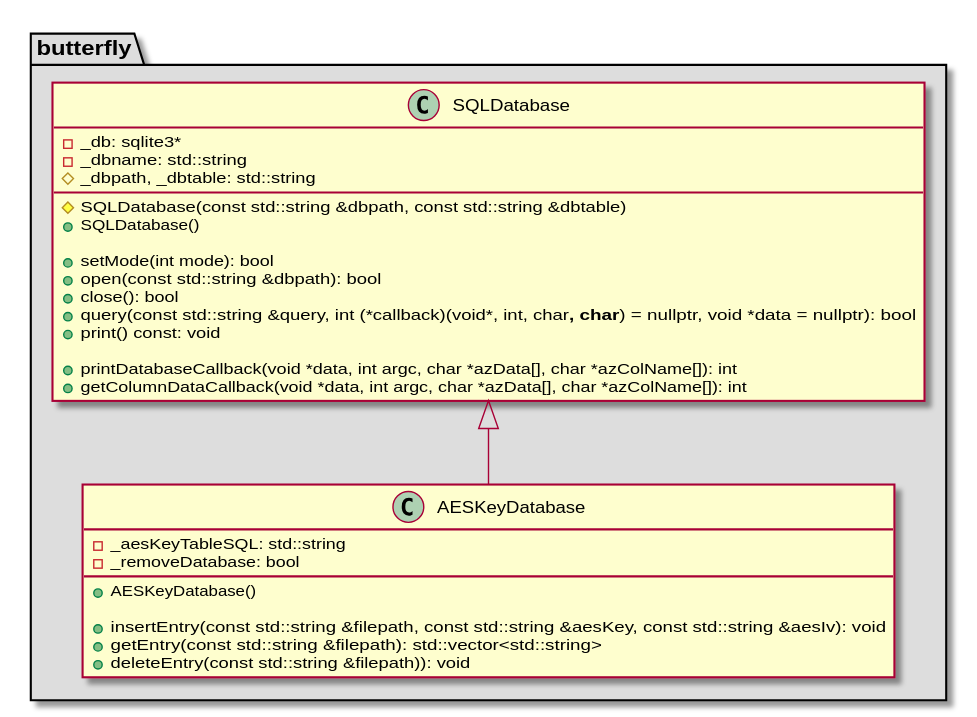
Above: architecture/class_diagrams/sqlDatabase.svg in bierschi/butterfly (PlantUML), before the change.
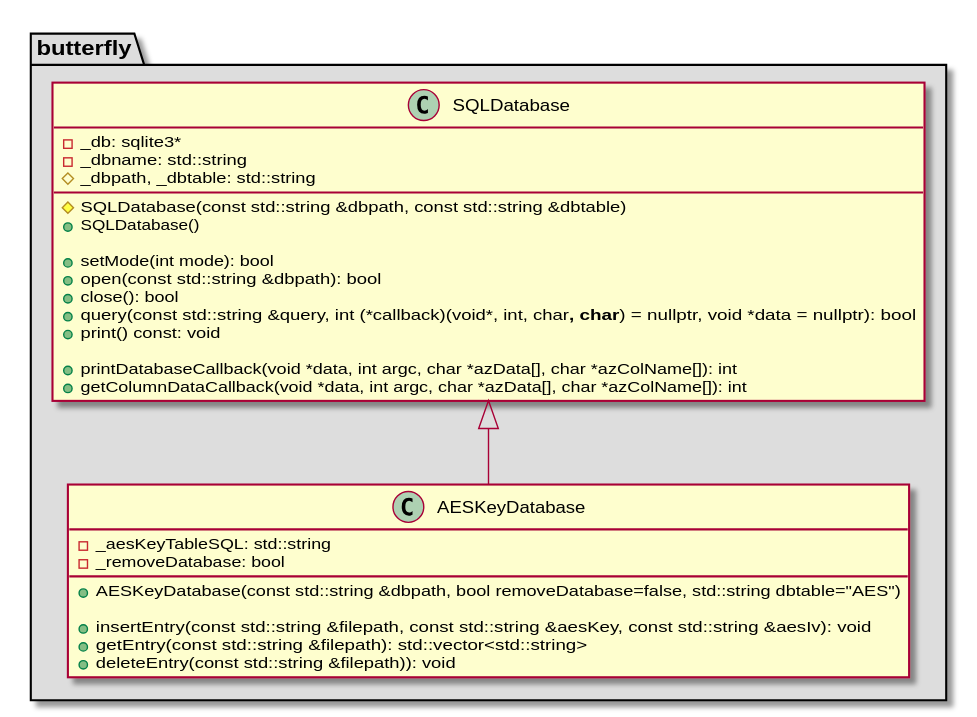
After the commit.

The edit, as a diff of the source:
```diff
@@ -27,7 +27,7 @@
     -_aesKeyTableSQL: std::string
     -_removeDatabase: bool
 
-    +AESKeyDatabase()
+    +AESKeyDatabase(const std::string &dbpath, bool removeDatabase=false, std::string dbtable="AES")
 
     +insertEntry(const std::string &filepath, const std::string &aesKey, const std::string &aesIv): void
     +getEntry(const std::string &filepath): std::vector<std::string>
```
